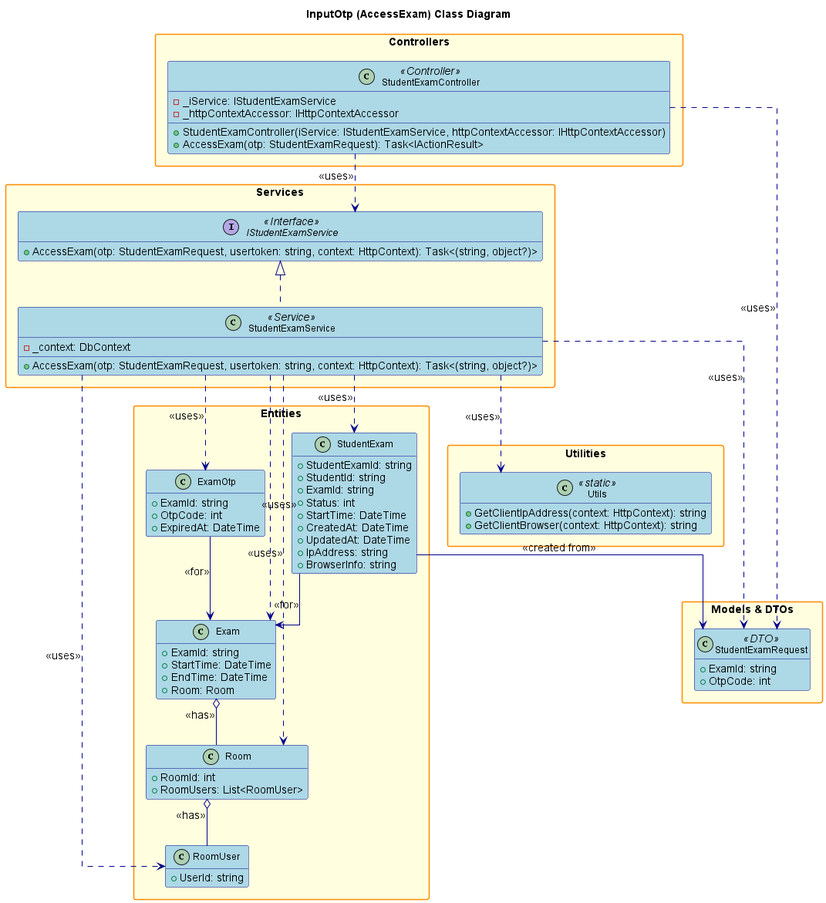
Above: design/out/inputotp/inputotp.png in conghoan1211/AI-Kiosk-Testing-system (PlantUML), before the change. Its diagram source:
```plantuml
@startuml

title InputOtp (AccessExam) Class Diagram

hide empty members
skinparam packageStyle rectangle
skinparam linetype ortho
skinparam defaultFontSize 14
skinparam defaultFontName Arial
skinparam classFontSize 12
skinparam classFontName Arial
skinparam noteFontSize 11
skinparam noteFontName Arial

skinparam class {
    BackgroundColor LightBlue
    BorderColor DarkBlue
    ArrowColor DarkBlue
    FontSize 12
}

skinparam package {
    BackgroundColor LightYellow
    BorderColor DarkOrange
    FontSize 14
    FontStyle bold
}

skinparam interface {
    BackgroundColor LightGreen
    BorderColor DarkGreen
    FontSize 12
}

skinparam enum {
    BackgroundColor LightCyan
    BorderColor DarkCyan
    FontSize 12
}

package "Controllers" {
    class StudentExamController <<Controller>> {
        - _iService: IStudentExamService
        - _httpContextAccessor: IHttpContextAccessor
        + StudentExamController(iService: IStudentExamService, httpContextAccessor: IHttpContextAccessor)
        + AccessExam(otp: StudentExamRequest): Task<IActionResult>
    }
}

package "Services" {
    interface IStudentExamService <<Interface>> {
        + AccessExam(otp: StudentExamRequest, usertoken: string, context: HttpContext): Task<(string, object?)>
    }
    class StudentExamService <<Service>> {
        - _context: DbContext
        + AccessExam(otp: StudentExamRequest, usertoken: string, context: HttpContext): Task<(string, object?)>
    }
}

package "Entities" {
    class Exam {
        + ExamId: string
        + StartTime: DateTime
        + EndTime: DateTime
        + Room: Room
    }
    class Room {
        + RoomId: int
        + RoomUsers: List<RoomUser>
    }
    class RoomUser {
        + UserId: string
    }
    class StudentExam {
        + StudentExamId: string
        + StudentId: string
        + ExamId: string
        + Status: int
        + StartTime: DateTime
        + CreatedAt: DateTime
        + UpdatedAt: DateTime
        + IpAddress: string
        + BrowserInfo: string
    }
    class ExamOtp {
        + ExamId: string
        + OtpCode: int
        + ExpiredAt: DateTime
    }
}

package "Models & DTOs" {
    class StudentExamRequest <<DTO>> {
        + ExamId: string
        + OtpCode: int
    }
}

package "Utilities" {
    class Utils <<static>> {
        + GetClientIpAddress(context: HttpContext): string
        + GetClientBrowser(context: HttpContext): string
    }
}

StudentExamController ..> IStudentExamService : <<uses>>
StudentExamController ..> StudentExamRequest : <<uses>>
IStudentExamService <|.. StudentExamService
StudentExamService ..> Exam : <<uses>>
StudentExamService ..> ExamOtp : <<uses>>
StudentExamService ..> StudentExam : <<uses>>
StudentExamService ..> Room : <<uses>>
StudentExamService ..> RoomUser : <<uses>>
StudentExamService ..> Utils : <<uses>>
StudentExamService ..> StudentExamRequest : <<uses>>

Exam o-- Room : <<has>>
Room o-- RoomUser : <<has>>
ExamOtp --> Exam : <<for>>
StudentExam --> Exam : <<for>>
StudentExam --> StudentExamRequest : <<created from>>

@enduml
```
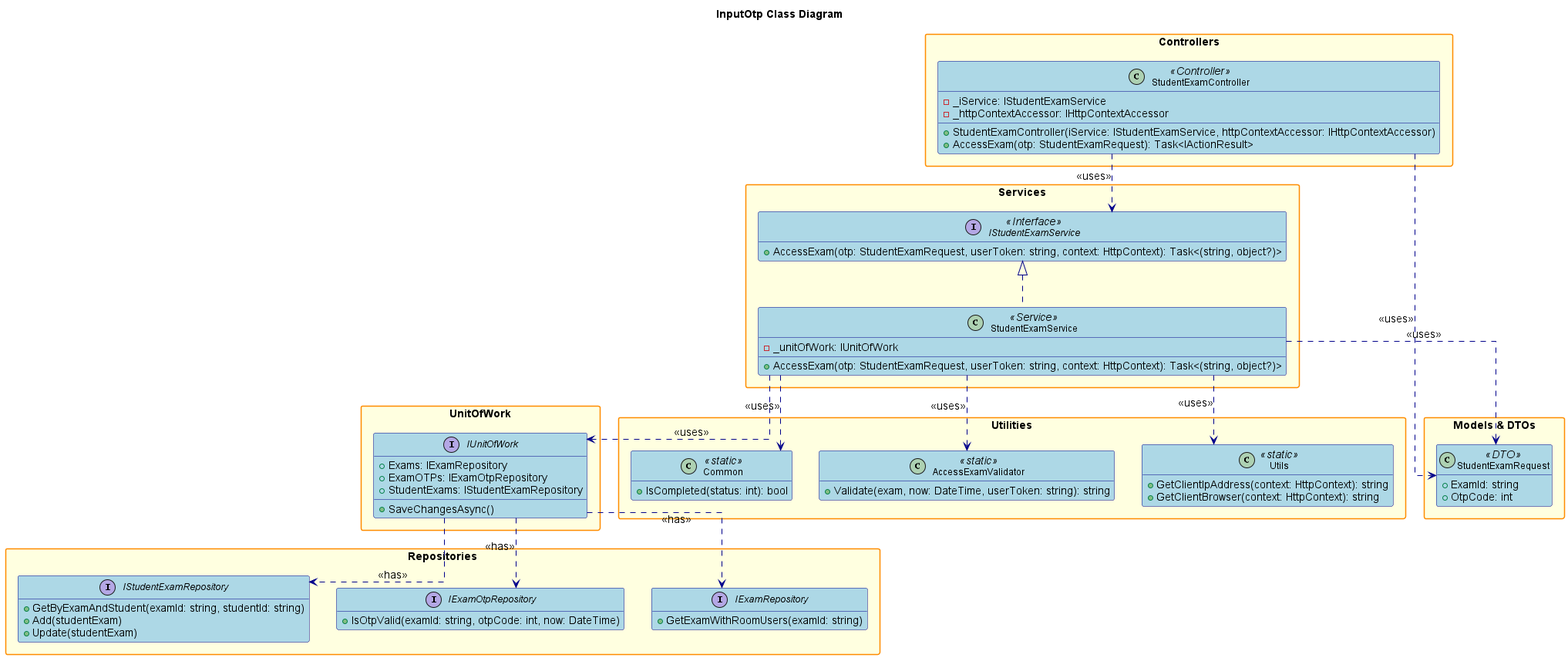
After the commit.

Change to the diagram source:
```diff
@@ -1,6 +1,6 @@
 @startuml
 
-title InputOtp (AccessExam) Class Diagram
+title InputOtp Class Diagram
 
 hide empty members
 skinparam packageStyle rectangle
@@ -49,43 +49,34 @@
 
 package "Services" {
     interface IStudentExamService <<Interface>> {
-        + AccessExam(otp: StudentExamRequest, usertoken: string, context: HttpContext): Task<(string, object?)>
+        + AccessExam(otp: StudentExamRequest, userToken: string, context: HttpContext): Task<(string, object?)>
     }
     class StudentExamService <<Service>> {
-        - _context: DbContext
-        + AccessExam(otp: StudentExamRequest, usertoken: string, context: HttpContext): Task<(string, object?)>
+        - _unitOfWork: IUnitOfWork
+        + AccessExam(otp: StudentExamRequest, userToken: string, context: HttpContext): Task<(string, object?)>
     }
 }
 
-package "Entities" {
-    class Exam {
-        + ExamId: string
-        + StartTime: DateTime
-        + EndTime: DateTime
-        + Room: Room
+package "UnitOfWork" {
+    interface IUnitOfWork {
+        + Exams: IExamRepository
+        + ExamOTPs: IExamOtpRepository
+        + StudentExams: IStudentExamRepository
+        + SaveChangesAsync()
     }
-    class Room {
-        + RoomId: int
-        + RoomUsers: List<RoomUser>
+}
+
+package "Repositories" {
+    interface IExamRepository {
+        + GetExamWithRoomUsers(examId: string)
     }
-    class RoomUser {
-        + UserId: string
+    interface IExamOtpRepository {
+        + IsOtpValid(examId: string, otpCode: int, now: DateTime)
     }
-    class StudentExam {
-        + StudentExamId: string
-        + StudentId: string
-        + ExamId: string
-        + Status: int
-        + StartTime: DateTime
-        + CreatedAt: DateTime
-        + UpdatedAt: DateTime
-        + IpAddress: string
-        + BrowserInfo: string
-    }
-    class ExamOtp {
-        + ExamId: string
-        + OtpCode: int
-        + ExpiredAt: DateTime
+    interface IStudentExamRepository {
+        + GetByExamAndStudent(examId: string, studentId: string)
+        + Add(studentExam)
+        + Update(studentExam)
     }
 }
 
@@ -101,23 +92,25 @@
         + GetClientIpAddress(context: HttpContext): string
         + GetClientBrowser(context: HttpContext): string
     }
+    class AccessExamValidator <<static>> {
+        + Validate(exam, now: DateTime, userToken: string): string
+    }
+    class Common <<static>> {
+        + IsCompleted(status: int): bool
+    }
 }
 
 StudentExamController ..> IStudentExamService : <<uses>>
 StudentExamController ..> StudentExamRequest : <<uses>>
 IStudentExamService <|.. StudentExamService
-StudentExamService ..> Exam : <<uses>>
-StudentExamService ..> ExamOtp : <<uses>>
-StudentExamService ..> StudentExam : <<uses>>
-StudentExamService ..> Room : <<uses>>
-StudentExamService ..> RoomUser : <<uses>>
+StudentExamService ..> IUnitOfWork : <<uses>>
 StudentExamService ..> Utils : <<uses>>
+StudentExamService ..> AccessExamValidator : <<uses>>
+StudentExamService ..> Common : <<uses>>
 StudentExamService ..> StudentExamRequest : <<uses>>
 
-Exam o-- Room : <<has>>
-Room o-- RoomUser : <<has>>
-ExamOtp --> Exam : <<for>>
-StudentExam --> Exam : <<for>>
-StudentExam --> StudentExamRequest : <<created from>>
+IUnitOfWork ..> IExamRepository : <<has>>
+IUnitOfWork ..> IExamOtpRepository : <<has>>
+IUnitOfWork ..> IStudentExamRepository : <<has>>
 
 @enduml
```
